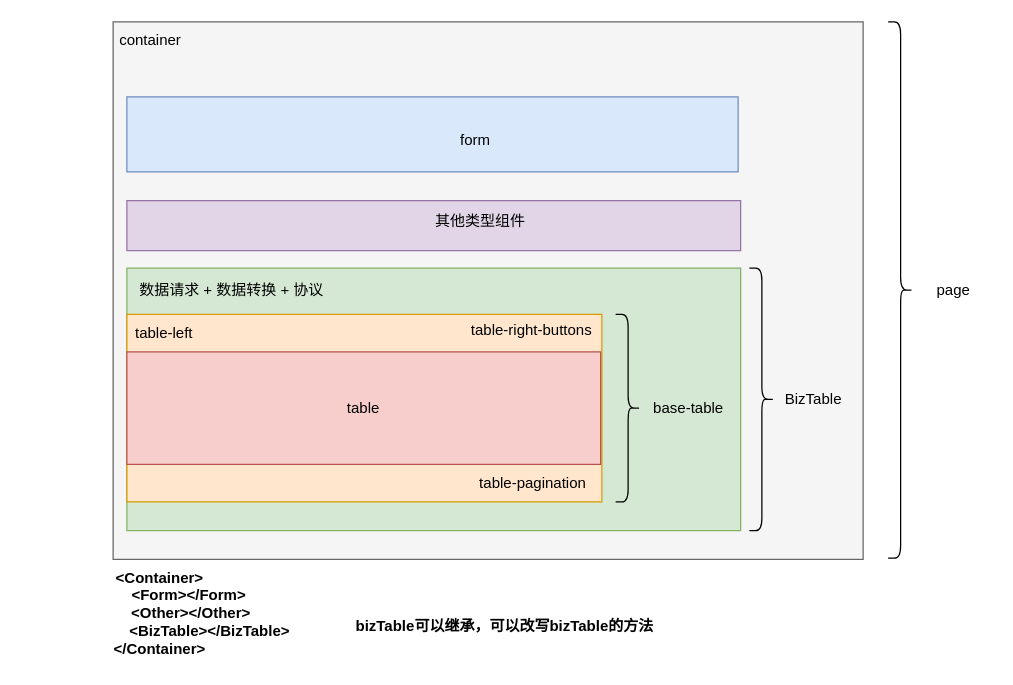
Earlier version of the draw.io diagram Untitled Diagram.drawio (zhangfujin/CSS-DEMO). Source tidied: cells renumbered, new cells numbered last; positions are measured from the earlier drawing's top-left corner, leaving out a move shared by most shapes. Both pictures are drawn from the tidied source at 125%, with x=0, y=0 at pixel (21, 21).
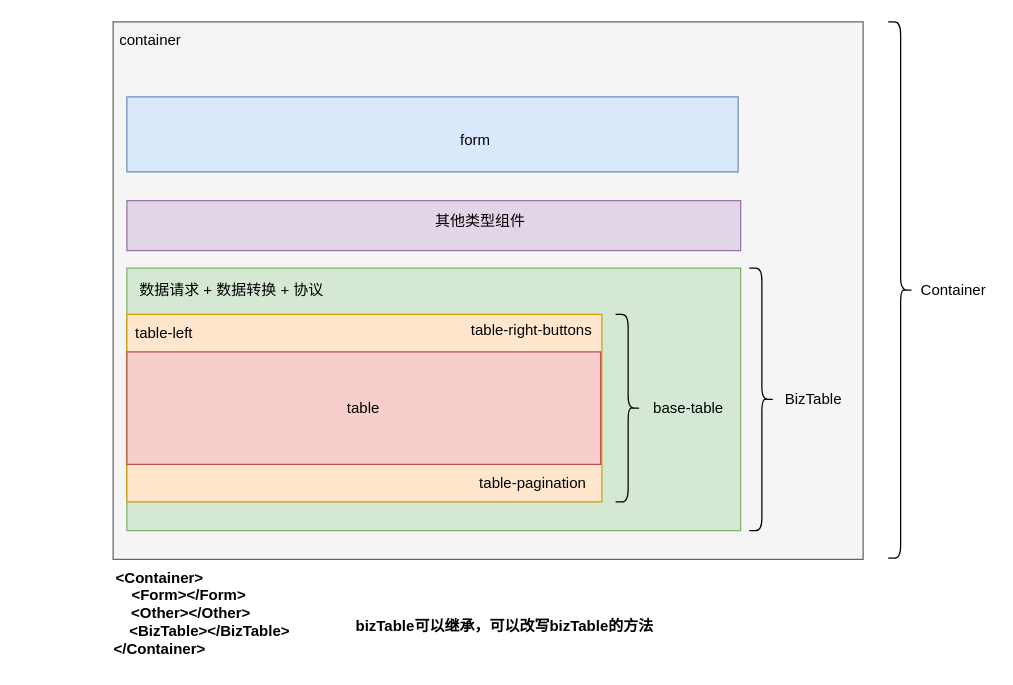
The same page after the edit.

Diff of the diagram source:
```diff
@@
-    <mxCell id="14" value="page" style="text;html=1;align=center;verticalAlign=middle;strokeColor=none;fillColor=none;" parent="1" vertex="1">
-      <mxGeometry x="725" y="205" width="40" height="20" as="geometry" />
+    <mxCell id="14" value="Container" style="text;html=1;align=center;verticalAlign=middle;strokeColor=none;fillColor=none;" parent="1" vertex="1">
+      <mxGeometry x="714" y="206" width="62" height="18" as="geometry" />
     </mxCell>
```
